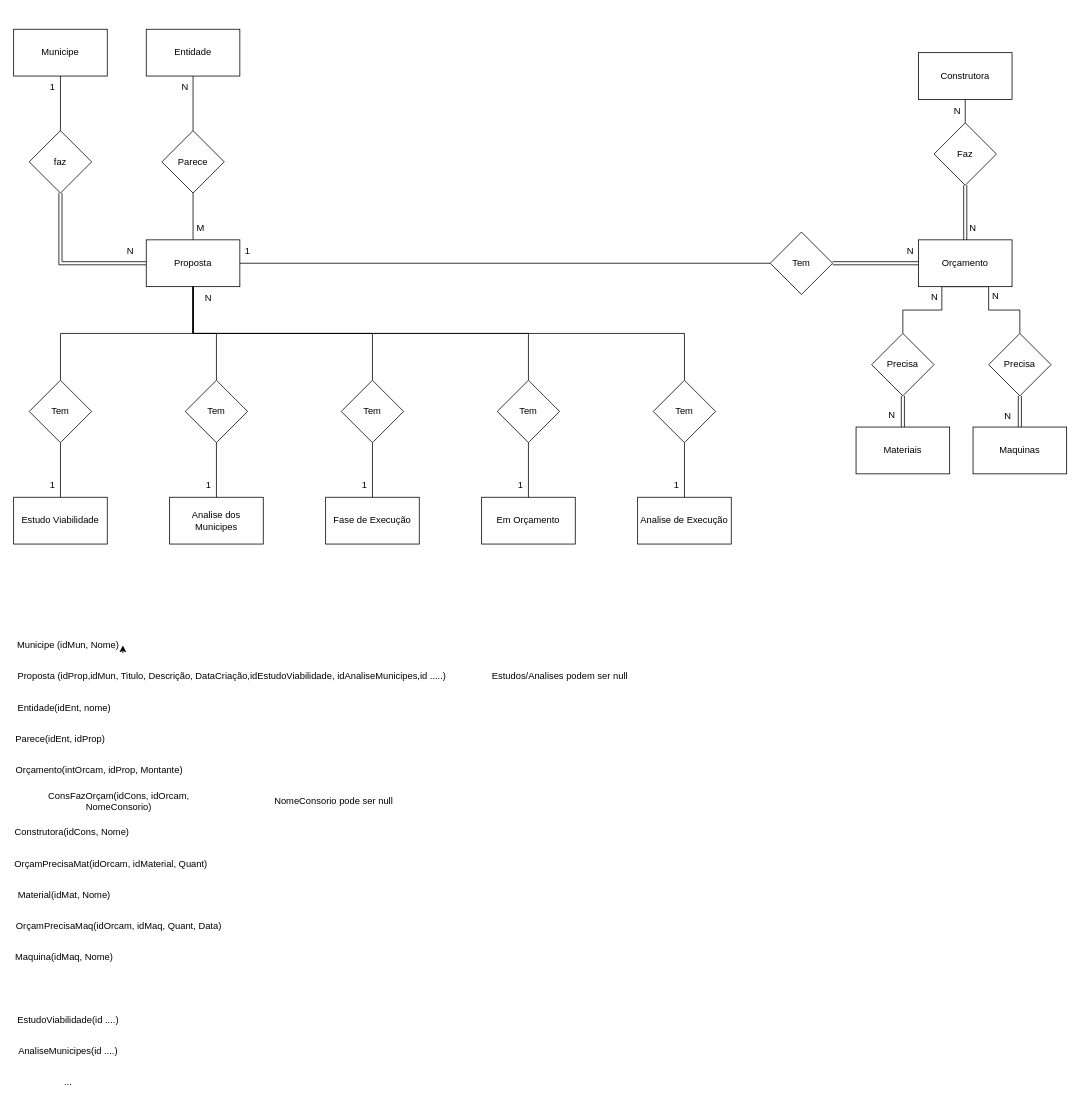
Before: TrabalhoFinal.drawio in Nuno-Goncalves1/Sql-ER, a draw.io diagram. Source tidied: cells renumbered, new cells numbered last; positions are measured from the earlier drawing's top-left corner, leaving out a move shared by most shapes. Both pictures are drawn from the tidied source at 78%, with x=0, y=0 at pixel (13, 29).
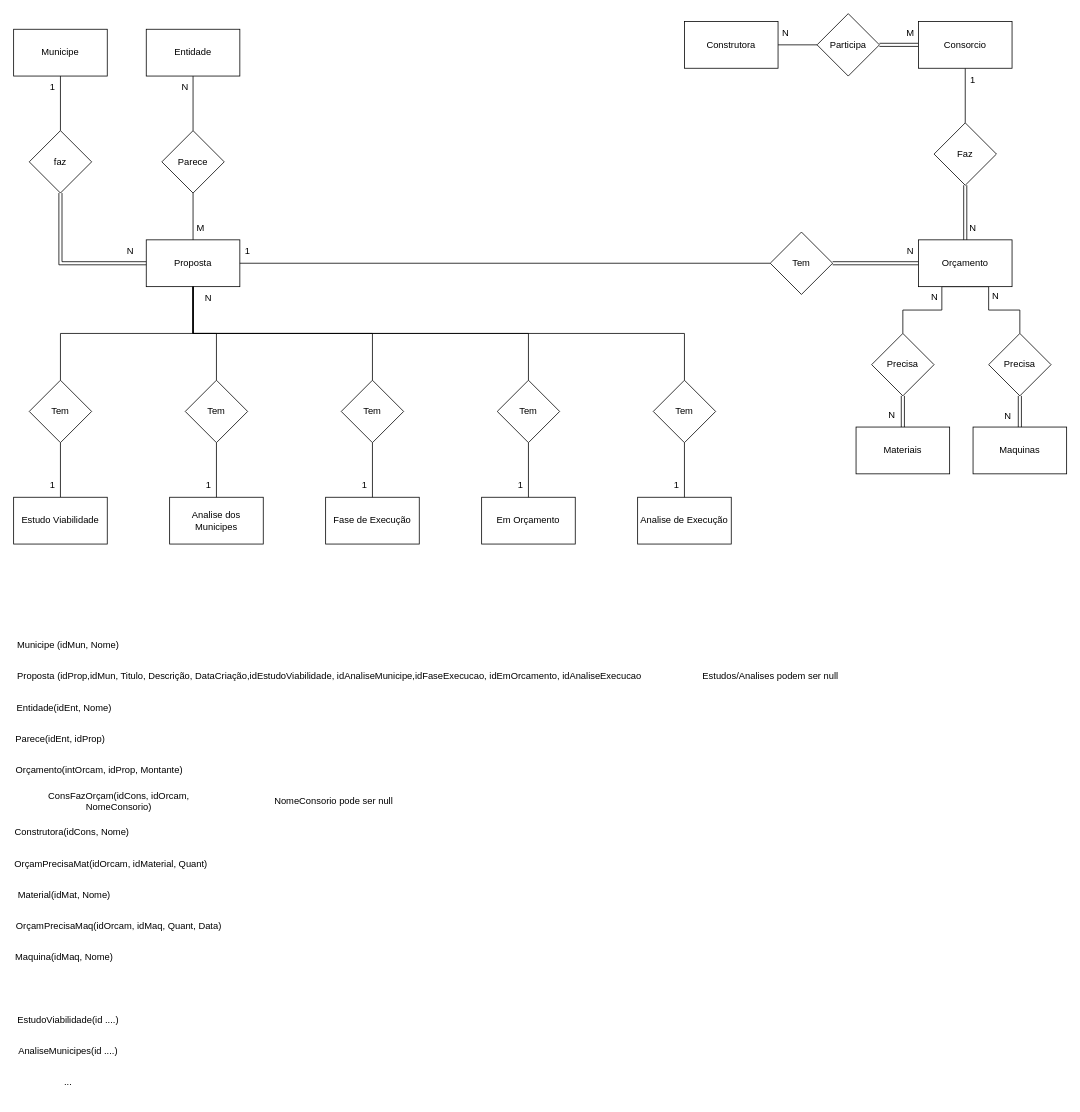
The same page after the edit.

Unchanged cells that the change refers to:
```xml
<mxCell id="20" value="Faz" style="rhombus;whiteSpace=wrap;html=1;" parent="1" vertex="1">
  <mxGeometry x="1180" y="120" width="80" height="80" as="geometry" />
</mxCell>
<mxCell id="66" value="Municipe (idMun, Nome)" style="text;html=1;align=center;verticalAlign=middle;whiteSpace=wrap;rounded=0;" parent="1" vertex="1">
  <mxGeometry y="770" width="140" height="40" as="geometry" />
</mxCell>
```

Diff of the diagram source:
```diff
@@
+    <mxCell id="82" style="edgeStyle=orthogonalEdgeStyle;rounded=0;jettySize=auto;html=1;entryX=0;entryY=0.5;entryDx=0;entryDy=0;endArrow=none;startFill=0;" parent="1" edge="1" source="26" target="86">
+      <mxGeometry relative="1" as="geometry" />
+    </mxCell>
     <mxCell id="26" value="Construtora" style="rounded=0;whiteSpace=wrap;html=1;" parent="1" vertex="1">
-      <mxGeometry x="1160" y="30" width="120" height="60" as="geometry" />
+      <mxGeometry x="860" y="-10" width="120" height="60" as="geometry" />
     </mxCell>
-    <mxCell id="27" value="N" style="text;html=1;align=center;verticalAlign=middle;whiteSpace=wrap;rounded=0;" parent="1" vertex="1">
-      <mxGeometry x="1180" y="90" width="60" height="30" as="geometry" />
-    </mxCell>
@@
-    <mxCell id="38" style="edgeStyle=orthogonalEdgeStyle;rounded=0;jettySize=auto;html=1;entryX=0.5;entryY=0;entryDx=0;entryDy=0;endArrow=none;startFill=0;" parent="1" edge="1" target="20">
-      <mxGeometry relative="1" as="geometry">
-        <mxPoint x="1220" y="90" as="sourcePoint" />
-      </mxGeometry>
-    </mxCell>
@@
-    <mxCell id="65" value="Proposta (idProp,idMun, Titulo, Descrição, DataCriação,idEstudoViabilidade, idAnaliseMunicipes,id .....)" style="text;html=1;align=center;verticalAlign=middle;whiteSpace=wrap;rounded=0;" parent="1" vertex="1">
-      <mxGeometry y="810" width="560" height="40" as="geometry" />
+    <mxCell id="65" value="Proposta (idProp,idMun, Titulo, Descrição, DataCriação,idEstudoViabilidade, idAnaliseMunicipe,idFaseExecucao, idEmOrcamento, idAnaliseExecucao" style="text;html=1;align=center;verticalAlign=middle;whiteSpace=wrap;rounded=0;" parent="1" vertex="1">
+      <mxGeometry y="810" width="810" height="40" as="geometry" />
     </mxCell>
@@
-    <mxCell id="67" value="Entidade(idEnt, nome)" style="text;html=1;align=center;verticalAlign=middle;whiteSpace=wrap;rounded=0;" parent="1" vertex="1">
+    <mxCell id="67" value="Entidade(idEnt, Nome)" style="text;html=1;align=center;verticalAlign=middle;whiteSpace=wrap;rounded=0;" parent="1" vertex="1">
       <mxGeometry y="850" width="130" height="40" as="geometry" />
     </mxCell>
@@
-    <mxCell id="69" style="edgeStyle=orthogonalEdgeStyle;rounded=0;orthogonalLoop=1;jettySize=auto;html=1;exitX=1;exitY=0.75;exitDx=0;exitDy=0;entryX=1;entryY=0.5;entryDx=0;entryDy=0;" parent="1" edge="1" source="66" target="66">
-      <mxGeometry relative="1" as="geometry" />
-    </mxCell>
@@
     <mxCell id="81" value="Estudos/Analises podem ser null" style="text;html=1;align=center;verticalAlign=middle;strokeColor=none;fillColor=none;" parent="1" vertex="1">
-      <mxGeometry x="600" y="815" width="200" height="30" as="geometry" />
+      <mxGeometry x="870" y="815" width="200" height="30" as="geometry" />
     </mxCell>
+    <mxCell id="83" style="edgeStyle=orthogonalEdgeStyle;rounded=0;jettySize=auto;html=1;entryX=1;entryY=0.5;entryDx=0;entryDy=0;endArrow=none;startFill=0;shape=link;" parent="1" edge="1" source="85" target="86">
+      <mxGeometry relative="1" as="geometry" />
+    </mxCell>
+    <mxCell id="84" style="edgeStyle=orthogonalEdgeStyle;rounded=0;jettySize=auto;html=1;exitX=0.5;exitY=1;exitDx=0;exitDy=0;entryX=0.5;entryY=0;entryDx=0;entryDy=0;endArrow=none;startFill=0;" parent="1" edge="1" source="85" target="20">
+      <mxGeometry relative="1" as="geometry" />
+    </mxCell>
+    <mxCell id="85" value="Consorcio" style="rounded=0;whiteSpace=wrap;html=1;" parent="1" vertex="1">
+      <mxGeometry x="1160" y="-10" width="120" height="60" as="geometry" />
+    </mxCell>
+    <mxCell id="86" value="Participa" style="rhombus;whiteSpace=wrap;html=1;" parent="1" vertex="1">
+      <mxGeometry x="1030" y="-20" width="80" height="80" as="geometry" />
+    </mxCell>
+    <mxCell id="27" value="N" style="text;html=1;align=center;verticalAlign=middle;whiteSpace=wrap;rounded=0;" parent="1" vertex="1">
+      <mxGeometry x="960" y="-10" width="60" height="30" as="geometry" />
+    </mxCell>
+    <mxCell id="87" value="M" style="text;html=1;align=center;verticalAlign=middle;whiteSpace=wrap;rounded=0;" parent="1" vertex="1">
+      <mxGeometry x="1120" y="-10" width="60" height="30" as="geometry" />
+    </mxCell>
+    <mxCell id="88" value="1" style="text;html=1;align=center;verticalAlign=middle;whiteSpace=wrap;rounded=0;" parent="1" vertex="1">
+      <mxGeometry x="1200" y="50" width="60" height="30" as="geometry" />
+    </mxCell>
```
